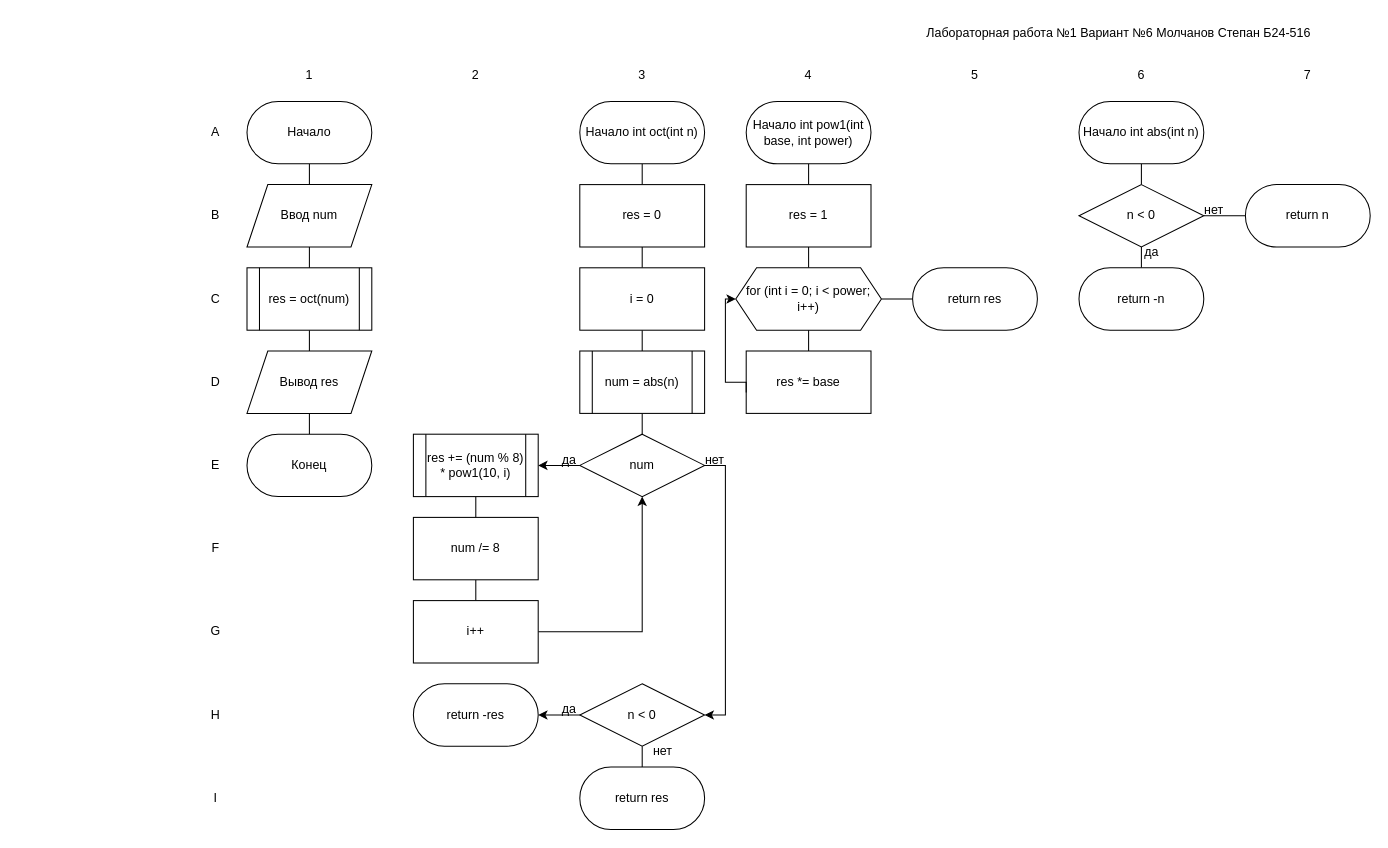
molchanov71/MEPhIflowcharts keeps this draw.io diagram as lab1/flowchart.drawio. Above is the earlier version. Source tidied: cells renumbered, new cells numbered last; positions are measured from the earlier drawing's top-left corner, leaving out a move shared by most shapes. Both pictures are drawn from the tidied source at 104%, with x=0, y=0 at pixel (184, 18).
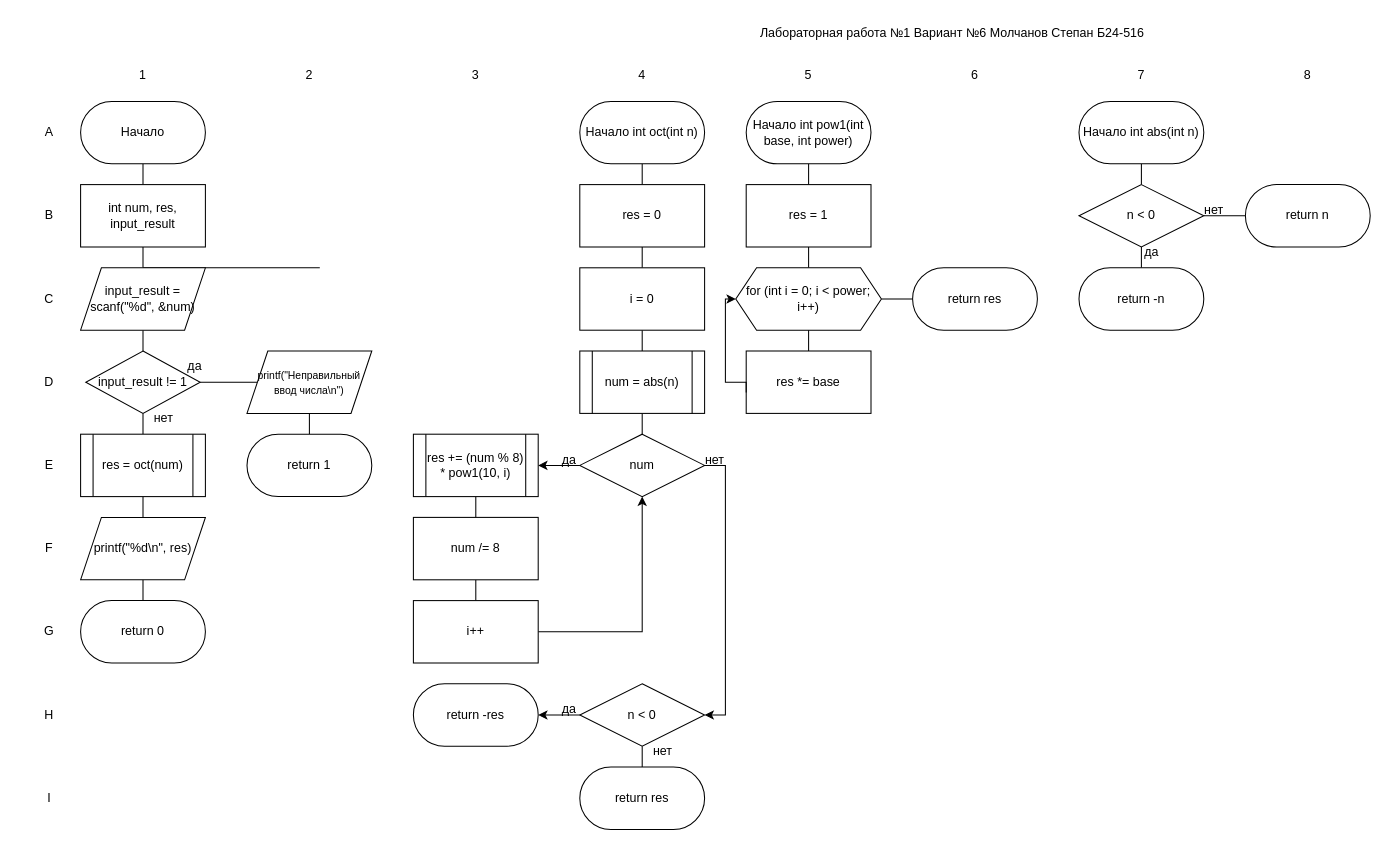
After the change.

Commit message:
Добавление проверки ввода

The edit, as a diff of the source:
```diff
@@
-    <mxCell id="2" style="edgeStyle=orthogonalEdgeStyle;rounded=0;jettySize=auto;html=1;entryX=0.5;entryY=0;entryDx=0;entryDy=0;endArrow=none;endFill=0;" parent="1" edge="1" source="3" target="4">
-      <mxGeometry relative="1" as="geometry" />
+    <mxCell id="2" style="edgeStyle=orthogonalEdgeStyle;rounded=0;jettySize=auto;html=1;entryX=0.5;entryY=0;entryDx=0;entryDy=0;endArrow=none;endFill=0;" parent="1" edge="1" source="3">
+      <mxGeometry relative="1" as="geometry">
+        <mxPoint x="-40" y="160" as="targetPoint" />
+      </mxGeometry>
     </mxCell>
     <mxCell id="3" value="Начало" style="rounded=1;whiteSpace=wrap;html=1;arcSize=50;" parent="1" vertex="1">
-      <mxGeometry x="60" y="80" width="120" height="60" as="geometry" />
+      <mxGeometry x="-100" y="80" width="120" height="60" as="geometry" />
     </mxCell>
-    <mxCell id="4" value="Ввод num" style="shape=parallelogram;perimeter=parallelogramPerimeter;whiteSpace=wrap;html=1;fixedSize=1;" parent="1" vertex="1">
-      <mxGeometry x="60" y="160" width="120" height="60" as="geometry" />
-    </mxCell>
-    <mxCell id="5" style="edgeStyle=orthogonalEdgeStyle;rounded=0;jettySize=auto;html=1;entryX=0.5;entryY=0;entryDx=0;entryDy=0;endArrow=none;endFill=0;" parent="1" edge="1" source="6" target="8">
-      <mxGeometry relative="1" as="geometry" />
+    <mxCell id="5" style="edgeStyle=orthogonalEdgeStyle;rounded=0;orthogonalLoop=1;jettySize=auto;html=1;entryX=0.5;entryY=0;entryDx=0;entryDy=0;endArrow=none;endFill=0;" parent="1" edge="1">
+      <mxGeometry relative="1" as="geometry">
+        <mxPoint x="-40" y="320" as="targetPoint" />
+      </mxGeometry>
     </mxCell>
-    <mxCell id="6" value="res = oct(num)" style="shape=process;whiteSpace=wrap;html=1;backgroundOutline=1;" parent="1" vertex="1">
-      <mxGeometry x="60" y="240" width="120" height="60" as="geometry" />
-    </mxCell>
-    <mxCell id="7" style="edgeStyle=orthogonalEdgeStyle;rounded=0;jettySize=auto;html=1;exitX=0.5;exitY=1;exitDx=0;exitDy=0;entryX=0.5;entryY=0;entryDx=0;entryDy=0;endArrow=none;endFill=0;" parent="1" edge="1" source="8" target="9">
-      <mxGeometry relative="1" as="geometry" />
+    <mxCell id="7" style="edgeStyle=orthogonalEdgeStyle;rounded=0;orthogonalLoop=1;jettySize=auto;html=1;exitX=0.5;exitY=1;exitDx=0;exitDy=0;entryX=0.5;entryY=0;entryDx=0;entryDy=0;endArrow=none;endFill=0;" parent="1" edge="1">
+      <mxGeometry relative="1" as="geometry">
+        <mxPoint x="-40" y="400" as="targetPoint" />
+      </mxGeometry>
     </mxCell>
-    <mxCell id="8" value="Вывод res" style="shape=parallelogram;perimeter=parallelogramPerimeter;whiteSpace=wrap;html=1;fixedSize=1;" parent="1" vertex="1">
-      <mxGeometry x="60" y="320" width="120" height="60" as="geometry" />
-    </mxCell>
-    <mxCell id="9" value="Конец" style="rounded=1;whiteSpace=wrap;html=1;arcSize=50;" parent="1" vertex="1">
-      <mxGeometry x="60" y="400" width="120" height="60" as="geometry" />
-    </mxCell>
@@
-    <mxCell id="48" style="endArrow=none;html=1;rounded=0;entryX=0.5;entryY=1;entryDx=0;entryDy=0;exitX=0.5;exitY=0;exitDx=0;exitDy=0;" parent="1" edge="1" source="6" target="4">
-      <mxGeometry relative="1" as="geometry" />
+    <mxCell id="48" style="endArrow=none;html=1;rounded=0;entryX=0.5;entryY=1;entryDx=0;entryDy=0;exitX=0.5;exitY=0;exitDx=0;exitDy=0;" parent="1" edge="1">
+      <mxGeometry relative="1" as="geometry">
+        <mxPoint x="-40" y="240" as="sourcePoint" />
+        <mxPoint x="130" y="240" as="targetPoint" />
+      </mxGeometry>
     </mxCell>
@@
     <mxCell id="50" value="1" style="text;html=1;align=center;verticalAlign=middle;whiteSpace=wrap;rounded=0;" parent="1" vertex="1">
-      <mxGeometry x="90" y="40" width="60" height="30" as="geometry" />
+      <mxGeometry x="-70" y="40" width="60" height="30" as="geometry" />
     </mxCell>
     <mxCell id="51" value="2" style="text;html=1;align=center;verticalAlign=middle;whiteSpace=wrap;rounded=0;" parent="1" vertex="1">
-      <mxGeometry x="250" y="40" width="60" height="30" as="geometry" />
+      <mxGeometry x="90" y="40" width="60" height="30" as="geometry" />
     </mxCell>
     <mxCell id="52" value="3" style="text;html=1;align=center;verticalAlign=middle;whiteSpace=wrap;rounded=0;" parent="1" vertex="1">
-      <mxGeometry x="410" y="40" width="60" height="30" as="geometry" />
+      <mxGeometry x="250" y="40" width="60" height="30" as="geometry" />
     </mxCell>
     <mxCell id="53" value="4" style="text;html=1;align=center;verticalAlign=middle;whiteSpace=wrap;rounded=0;" parent="1" vertex="1">
-      <mxGeometry x="570" y="40" width="60" height="30" as="geometry" />
+      <mxGeometry x="410" y="40" width="60" height="30" as="geometry" />
     </mxCell>
     <mxCell id="54" value="5" style="text;html=1;align=center;verticalAlign=middle;whiteSpace=wrap;rounded=0;" parent="1" vertex="1">
-      <mxGeometry x="730" y="40" width="60" height="30" as="geometry" />
+      <mxGeometry x="570" y="40" width="60" height="30" as="geometry" />
     </mxCell>
     <mxCell id="55" value="6" style="text;html=1;align=center;verticalAlign=middle;whiteSpace=wrap;rounded=0;" parent="1" vertex="1">
-      <mxGeometry x="890" y="40" width="60" height="30" as="geometry" />
+      <mxGeometry x="730" y="40" width="60" height="30" as="geometry" />
     </mxCell>
     <mxCell id="56" value="7" style="text;html=1;align=center;verticalAlign=middle;whiteSpace=wrap;rounded=0;" parent="1" vertex="1">
-      <mxGeometry x="1050" y="40" width="60" height="30" as="geometry" />
+      <mxGeometry x="890" y="40" width="60" height="30" as="geometry" />
     </mxCell>
     <mxCell id="57" value="A" style="text;html=1;align=center;verticalAlign=middle;whiteSpace=wrap;rounded=0;" parent="1" vertex="1">
-      <mxGeometry y="95" width="60" height="30" as="geometry" />
+      <mxGeometry x="-160" y="95" width="60" height="30" as="geometry" />
     </mxCell>
     <mxCell id="58" value="B" style="text;html=1;align=center;verticalAlign=middle;whiteSpace=wrap;rounded=0;" parent="1" vertex="1">
-      <mxGeometry y="175" width="60" height="30" as="geometry" />
+      <mxGeometry x="-160" y="175" width="60" height="30" as="geometry" />
     </mxCell>
     <mxCell id="59" value="C" style="text;html=1;align=center;verticalAlign=middle;whiteSpace=wrap;rounded=0;" parent="1" vertex="1">
-      <mxGeometry y="255" width="60" height="30" as="geometry" />
+      <mxGeometry x="-160" y="255" width="60" height="30" as="geometry" />
     </mxCell>
     <mxCell id="60" value="D" style="text;html=1;align=center;verticalAlign=middle;whiteSpace=wrap;rounded=0;" parent="1" vertex="1">
-      <mxGeometry y="335" width="60" height="30" as="geometry" />
+      <mxGeometry x="-160" y="335" width="60" height="30" as="geometry" />
     </mxCell>
     <mxCell id="61" value="E" style="text;html=1;align=center;verticalAlign=middle;whiteSpace=wrap;rounded=0;" parent="1" vertex="1">
-      <mxGeometry y="415" width="60" height="30" as="geometry" />
+      <mxGeometry x="-160" y="415" width="60" height="30" as="geometry" />
     </mxCell>
     <mxCell id="62" value="F" style="text;html=1;align=center;verticalAlign=middle;whiteSpace=wrap;rounded=0;" parent="1" vertex="1">
-      <mxGeometry y="495" width="60" height="30" as="geometry" />
+      <mxGeometry x="-160" y="495" width="60" height="30" as="geometry" />
     </mxCell>
     <mxCell id="63" value="G" style="text;html=1;align=center;verticalAlign=middle;whiteSpace=wrap;rounded=0;" parent="1" vertex="1">
-      <mxGeometry y="575" width="60" height="30" as="geometry" />
+      <mxGeometry x="-160" y="575" width="60" height="30" as="geometry" />
     </mxCell>
     <mxCell id="64" value="H" style="text;html=1;align=center;verticalAlign=middle;whiteSpace=wrap;rounded=0;" parent="1" vertex="1">
-      <mxGeometry y="655" width="60" height="30" as="geometry" />
+      <mxGeometry x="-160" y="655" width="60" height="30" as="geometry" />
     </mxCell>
     <mxCell id="65" value="I" style="text;html=1;align=center;verticalAlign=middle;whiteSpace=wrap;rounded=0;" parent="1" vertex="1">
-      <mxGeometry y="735" width="60" height="30" as="geometry" />
+      <mxGeometry x="-160" y="735" width="60" height="30" as="geometry" />
     </mxCell>
     <mxCell id="66" value="Лабораторная работа №1 Вариант №6 Молчанов Степан Б24-516&amp;nbsp;" style="text;html=1;align=center;verticalAlign=middle;whiteSpace=wrap;rounded=0;" parent="1" vertex="1">
-      <mxGeometry x="710" width="380" height="30" as="geometry" />
+      <mxGeometry x="550" width="380" height="30" as="geometry" />
     </mxCell>
@@
+    <mxCell id="73" style="edgeStyle=orthogonalEdgeStyle;rounded=0;jettySize=auto;html=1;exitX=0.5;exitY=1;exitDx=0;exitDy=0;entryX=0.5;entryY=0;entryDx=0;entryDy=0;endArrow=none;endFill=0;" parent="1" edge="1" source="74" target="76">
+      <mxGeometry relative="1" as="geometry" />
+    </mxCell>
+    <mxCell id="74" value="int num, res, input_result" style="rounded=0;whiteSpace=wrap;html=1;" parent="1" vertex="1">
+      <mxGeometry x="-100" y="160" width="120" height="60" as="geometry" />
+    </mxCell>
+    <mxCell id="75" style="edgeStyle=orthogonalEdgeStyle;rounded=0;jettySize=auto;html=1;exitX=0.5;exitY=1;exitDx=0;exitDy=0;entryX=0.5;entryY=0;entryDx=0;entryDy=0;endArrow=none;endFill=0;" parent="1" edge="1" source="76" target="79">
+      <mxGeometry relative="1" as="geometry" />
+    </mxCell>
+    <mxCell id="76" value="input_result = scanf(&quot;%d&quot;, &amp;amp;num)" style="shape=parallelogram;perimeter=parallelogramPerimeter;whiteSpace=wrap;html=1;fixedSize=1;" parent="1" vertex="1">
+      <mxGeometry x="-100" y="240" width="120" height="60" as="geometry" />
+    </mxCell>
+    <mxCell id="77" style="edgeStyle=orthogonalEdgeStyle;rounded=0;jettySize=auto;html=1;exitX=1;exitY=0.5;exitDx=0;exitDy=0;entryX=0;entryY=0.5;entryDx=0;entryDy=0;endArrow=none;endFill=0;" parent="1" edge="1" source="79" target="81">
+      <mxGeometry relative="1" as="geometry" />
+    </mxCell>
+    <mxCell id="78" style="edgeStyle=orthogonalEdgeStyle;rounded=0;jettySize=auto;html=1;exitX=0.5;exitY=1;exitDx=0;exitDy=0;entryX=0.5;entryY=0;entryDx=0;entryDy=0;endArrow=none;endFill=0;" parent="1" edge="1" source="79" target="6">
+      <mxGeometry relative="1" as="geometry" />
+    </mxCell>
+    <mxCell id="79" value="input_result != 1" style="rhombus;whiteSpace=wrap;html=1;" parent="1" vertex="1">
+      <mxGeometry x="-95" y="320" width="110" height="60" as="geometry" />
+    </mxCell>
+    <mxCell id="80" style="edgeStyle=orthogonalEdgeStyle;rounded=0;jettySize=auto;html=1;exitX=0.5;exitY=1;exitDx=0;exitDy=0;entryX=0.5;entryY=0;entryDx=0;entryDy=0;endArrow=none;endFill=0;" parent="1" edge="1" source="81" target="82">
+      <mxGeometry relative="1" as="geometry" />
+    </mxCell>
+    <mxCell id="81" value="&lt;font style=&quot;font-size: 10px;&quot;&gt;printf(&quot;Неправильный ввод числа\n&quot;)&lt;/font&gt;" style="shape=parallelogram;perimeter=parallelogramPerimeter;whiteSpace=wrap;html=1;fixedSize=1;" parent="1" vertex="1">
+      <mxGeometry x="60" y="320" width="120" height="60" as="geometry" />
+    </mxCell>
+    <mxCell id="82" value="return 1" style="rounded=1;whiteSpace=wrap;html=1;arcSize=50;" parent="1" vertex="1">
+      <mxGeometry x="60" y="400" width="120" height="60" as="geometry" />
+    </mxCell>
+    <mxCell id="83" style="edgeStyle=orthogonalEdgeStyle;rounded=0;jettySize=auto;html=1;exitX=0.5;exitY=1;exitDx=0;exitDy=0;entryX=0.5;entryY=0;entryDx=0;entryDy=0;endArrow=none;endFill=0;" parent="1" edge="1" source="6" target="85">
+      <mxGeometry relative="1" as="geometry" />
+    </mxCell>
+    <mxCell id="6" value="res = oct(num)" style="shape=process;whiteSpace=wrap;html=1;backgroundOutline=1;" parent="1" vertex="1">
+      <mxGeometry x="-100" y="400" width="120" height="60" as="geometry" />
+    </mxCell>
+    <mxCell id="84" style="edgeStyle=orthogonalEdgeStyle;rounded=0;jettySize=auto;html=1;exitX=0.5;exitY=1;exitDx=0;exitDy=0;entryX=0.5;entryY=0;entryDx=0;entryDy=0;endArrow=none;endFill=0;" parent="1" edge="1" source="85" target="86">
+      <mxGeometry relative="1" as="geometry" />
+    </mxCell>
+    <mxCell id="85" value="printf(&quot;%d\n&quot;, res)" style="shape=parallelogram;perimeter=parallelogramPerimeter;whiteSpace=wrap;html=1;fixedSize=1;" parent="1" vertex="1">
+      <mxGeometry x="-100" y="480" width="120" height="60" as="geometry" />
+    </mxCell>
+    <mxCell id="86" value="return 0" style="rounded=1;whiteSpace=wrap;html=1;arcSize=50;" parent="1" vertex="1">
+      <mxGeometry x="-100" y="560" width="120" height="60" as="geometry" />
+    </mxCell>
+    <mxCell id="87" value="да" style="text;html=1;align=center;verticalAlign=middle;whiteSpace=wrap;rounded=0;" parent="1" vertex="1">
+      <mxGeometry x="-20" y="320" width="60" height="30" as="geometry" />
+    </mxCell>
+    <mxCell id="88" value="нет" style="text;html=1;align=center;verticalAlign=middle;whiteSpace=wrap;rounded=0;" parent="1" vertex="1">
+      <mxGeometry x="-50" y="370" width="60" height="30" as="geometry" />
+    </mxCell>
+    <mxCell id="89" value="8" style="text;html=1;align=center;verticalAlign=middle;whiteSpace=wrap;rounded=0;" parent="1" vertex="1">
+      <mxGeometry x="1050" y="40" width="60" height="30" as="geometry" />
+    </mxCell>
```
